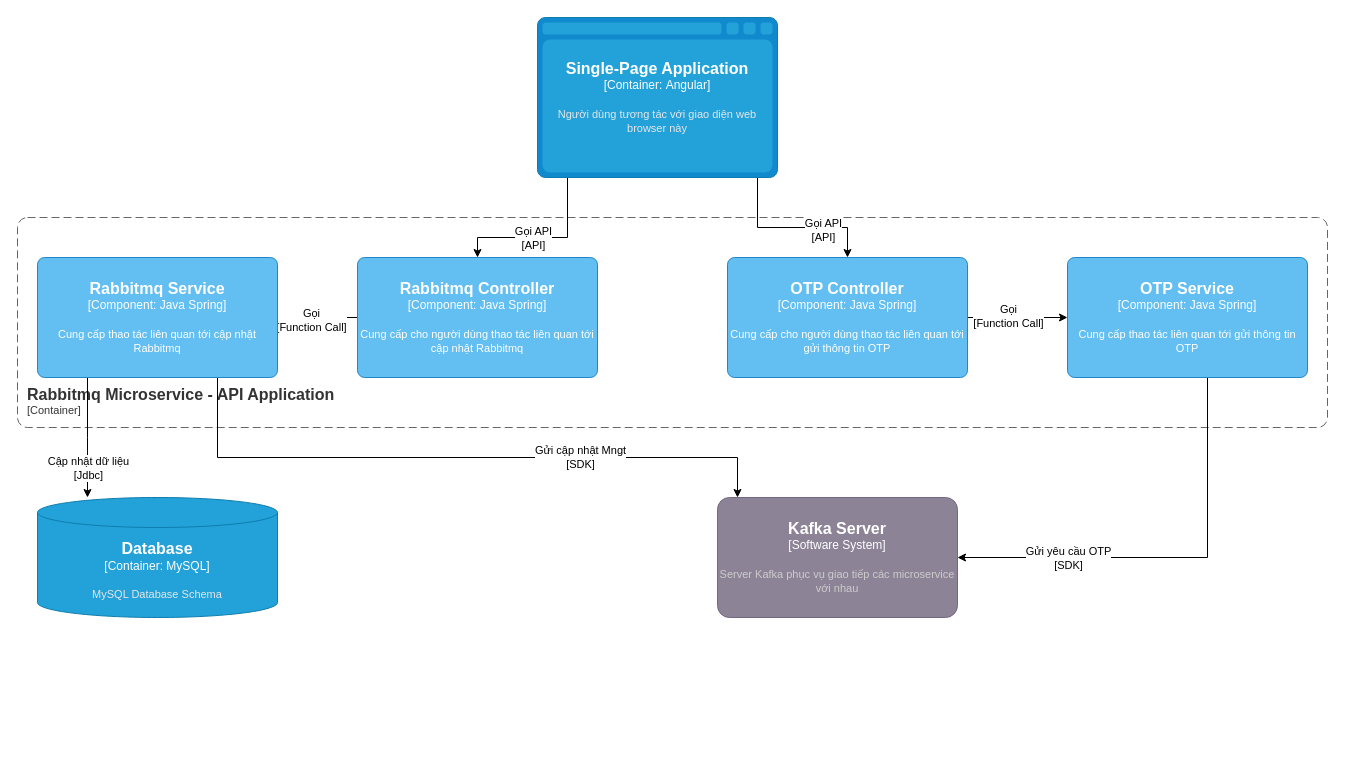
Before: IDG-Portal lv3 Infra API.drawio in dangngocsoncntt/draw.io, a draw.io diagram. Source tidied: cells renumbered, new cells numbered last; positions are measured from the earlier drawing's top-left corner, leaving out a move shared by most shapes. Both pictures are drawn from the tidied source at 100%, with x=0, y=0 at pixel (17, 17).
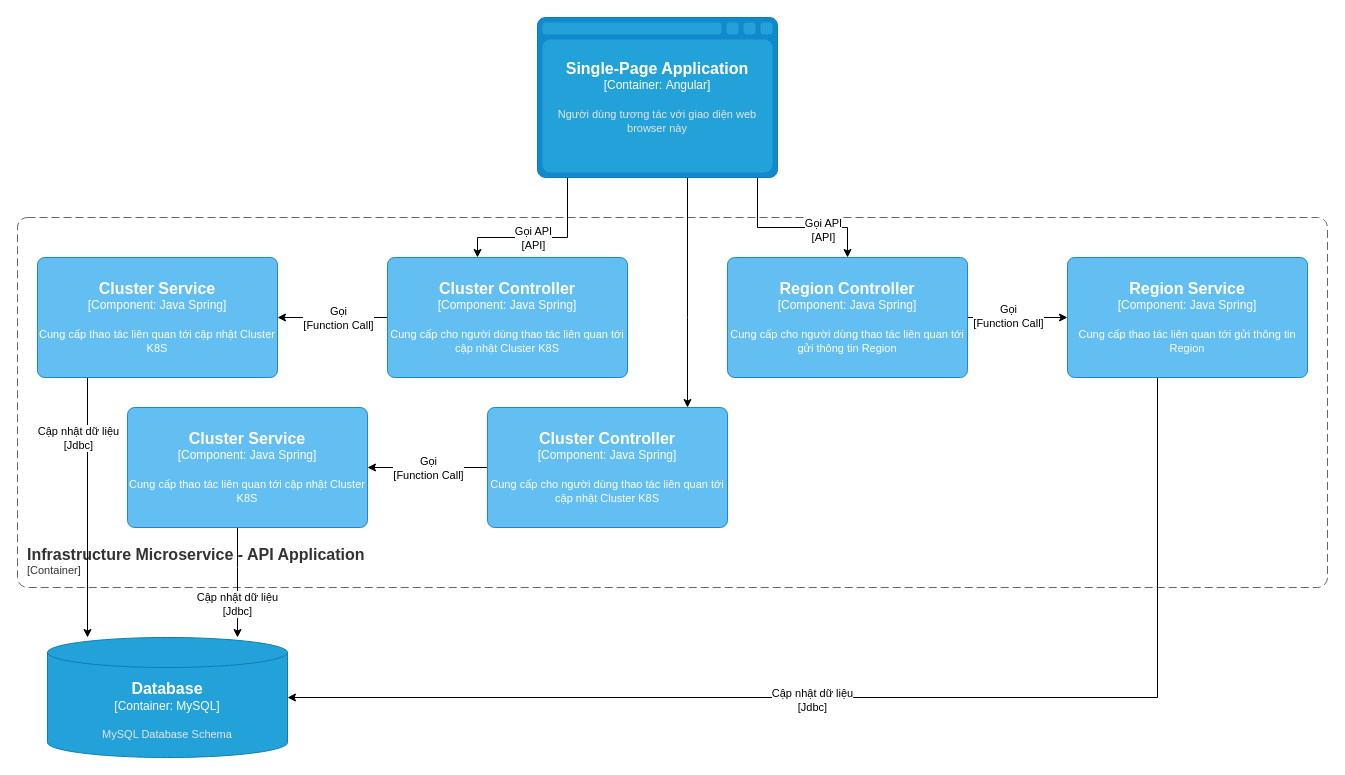
The same diagram, later.

The change refers to these unchanged cells:
```xml
<object id="7" label="&lt;font style=&quot;font-size: 16px&quot;&gt;&lt;b&gt;%c4Type%&lt;/b&gt;&lt;/font&gt;&lt;div&gt;[%c4Container%:&amp;nbsp;%c4Technology%]&lt;/div&gt;&lt;br&gt;&lt;div&gt;&lt;font style=&quot;font-size: 11px&quot;&gt;&lt;font color=&quot;#E6E6E6&quot;&gt;%c4Description%&lt;/font&gt;&lt;/div&gt;" c4Container="Container" c4Description="Người dùng tương tác với giao diện web browser này" c4Technology="Angular" c4Type="Single-Page Application" placeholders="1">
  <mxCell style="shape=mxgraph.c4.webBrowserContainer2;whiteSpace=wrap;html=1;boundedLbl=1;rounded=0;labelBackgroundColor=none;strokeColor=#118ACD;fillColor=#23A2D9;strokeColor=#118ACD;strokeColor2=#0E7DAD;fontSize=12;fontColor=#ffffff;align=center;points=[[0.5,0,0],[1,0.25,0],[1,0.5,0],[1,0.75,0],[0.5,1,0],[0,0.75,0],[0,0.5,0],[0,0.25,0]];" parent="1" vertex="1">
    <mxGeometry x="520" width="240" height="160" as="geometry" />
  </mxCell>
</object>
<mxCell id="8" style="edgeStyle=orthogonalEdgeStyle;rounded=0;jettySize=auto;html=1;" parent="1" edge="1" source="10" target="19">
  <mxGeometry relative="1" as="geometry" />
</mxCell>
<mxCell id="15" style="edgeStyle=orthogonalEdgeStyle;rounded=0;jettySize=auto;html=1;" parent="1" edge="1" source="19" target="14">
  <mxGeometry relative="1" as="geometry">
    <Array as="points">
      <mxPoint x="70" y="420" />
      <mxPoint x="70" y="420" />
    </Array>
  </mxGeometry>
</mxCell>
```

What changed in the source:
```diff
@@
-    <object id="2" label="&lt;font style=&quot;font-size: 16px&quot;&gt;&lt;b&gt;&lt;div style=&quot;text-align: left&quot;&gt;%c4Name%&lt;/div&gt;&lt;/b&gt;&lt;/font&gt;&lt;div style=&quot;text-align: left&quot;&gt;[%c4Application%]&lt;/div&gt;" c4Application="Container" c4Name="Rabbitmq Microservice - API Application" placeholders="1">
+    <object id="2" label="&lt;font style=&quot;font-size: 16px&quot;&gt;&lt;b&gt;&lt;div style=&quot;text-align: left&quot;&gt;%c4Name%&lt;/div&gt;&lt;/b&gt;&lt;/font&gt;&lt;div style=&quot;text-align: left&quot;&gt;[%c4Application%]&lt;/div&gt;" c4Application="Container" c4Name="Infrastructure Microservice - API Application" placeholders="1">
       <mxCell style="rounded=1;fontSize=11;whiteSpace=wrap;html=1;dashed=1;arcSize=20;fillColor=none;strokeColor=#666666;fontColor=#333333;labelBackgroundColor=none;align=left;verticalAlign=bottom;labelBorderColor=none;spacingTop=0;spacing=10;dashPattern=8 4;perimeter=rectanglePerimeter;noLabel=0;labelPadding=0;absoluteArcSize=1;" parent="1" vertex="1">
-        <mxGeometry y="200" width="1310" height="210" as="geometry" />
+        <mxGeometry y="200" width="1310" height="370" as="geometry" />
       </mxCell>
     </object>
@@
+    <mxCell id="24" style="edgeStyle=orthogonalEdgeStyle;rounded=0;jettySize=auto;html=1;" parent="1" edge="1" source="7" target="29">
+      <mxGeometry relative="1" as="geometry">
+        <Array as="points">
+          <mxPoint x="670" y="300" />
+          <mxPoint x="670" y="300" />
+        </Array>
+      </mxGeometry>
+    </mxCell>
@@
     <mxCell id="9" value="Gọi&lt;br&gt;[Function Call]" style="edgeLabel;html=1;align=center;verticalAlign=middle;" parent="8" vertex="1">
-      <mxGeometry x="0.18" y="2" relative="1" as="geometry" />
+      <mxGeometry x="0.18" y="2" relative="1" as="geometry">
+        <mxPoint x="15" y="-2" as="offset" />
+      </mxGeometry>
     </mxCell>
-    <object id="10" label="&lt;font style=&quot;font-size: 16px&quot;&gt;&lt;b&gt;%c4Name%&lt;/b&gt;&lt;/font&gt;&lt;div&gt;[%c4Type%: %c4Technology%]&lt;/div&gt;&lt;br&gt;&lt;div&gt;&lt;font style=&quot;font-size: 11px&quot;&gt;%c4Description%&lt;/font&gt;&lt;/div&gt;" c4Description="Cung cấp cho người dùng thao tác liên quan tới cập nhật Rabbitmq" c4Name="Rabbitmq Controller" c4Technology="Java Spring" c4Type="Component" placeholders="1">
+    <object id="10" label="&lt;font style=&quot;font-size: 16px&quot;&gt;&lt;b&gt;%c4Name%&lt;/b&gt;&lt;/font&gt;&lt;div&gt;[%c4Type%: %c4Technology%]&lt;/div&gt;&lt;br&gt;&lt;div&gt;&lt;font style=&quot;font-size: 11px&quot;&gt;%c4Description%&lt;/font&gt;&lt;/div&gt;" c4Description="Cung cấp cho người dùng thao tác liên quan tới cập nhật Cluster K8S" c4Name="Cluster Controller" c4Technology="Java Spring" c4Type="Component" placeholders="1">
       <mxCell style="rounded=1;whiteSpace=wrap;html=1;labelBackgroundColor=none;fillColor=#63BEF2;fontColor=#ffffff;align=center;arcSize=6;strokeColor=#2086C9;points=[[0.25,0,0],[0.5,0,0],[0.75,0,0],[1,0.25,0],[1,0.5,0],[1,0.75,0],[0.75,1,0],[0.5,1,0],[0.25,1,0],[0,0.75,0],[0,0.5,0],[0,0.25,0]];" parent="1" vertex="1">
-        <mxGeometry x="340" y="240" width="240" height="120" as="geometry" />
+        <mxGeometry x="370" y="240" width="240" height="120" as="geometry" />
       </mxCell>
     </object>
@@
-    <object id="13" label="&lt;font style=&quot;font-size: 16px&quot;&gt;&lt;b&gt;%c4Name%&lt;/b&gt;&lt;/font&gt;&lt;div&gt;[%c4Type%: %c4Technology%]&lt;/div&gt;&lt;br&gt;&lt;div&gt;&lt;font style=&quot;font-size: 11px&quot;&gt;%c4Description%&lt;/font&gt;&lt;/div&gt;" c4Description="Cung cấp cho người dùng thao tác liên quan tới gửi thông tin OTP" c4Name="OTP Controller" c4Technology="Java Spring" c4Type="Component" placeholders="1">
+    <object id="13" label="&lt;font style=&quot;font-size: 16px&quot;&gt;&lt;b&gt;%c4Name%&lt;/b&gt;&lt;/font&gt;&lt;div&gt;[%c4Type%: %c4Technology%]&lt;/div&gt;&lt;br&gt;&lt;div&gt;&lt;font style=&quot;font-size: 11px&quot;&gt;%c4Description%&lt;/font&gt;&lt;/div&gt;" c4Description="Cung cấp cho người dùng thao tác liên quan tới gửi thông tin Region" c4Name="Region Controller" c4Technology="Java Spring" c4Type="Component" placeholders="1">
       <mxCell style="rounded=1;whiteSpace=wrap;html=1;labelBackgroundColor=none;fillColor=#63BEF2;fontColor=#ffffff;align=center;arcSize=6;strokeColor=#2086C9;points=[[0.25,0,0],[0.5,0,0],[0.75,0,0],[1,0.25,0],[1,0.5,0],[1,0.75,0],[0.75,1,0],[0.5,1,0],[0.25,1,0],[0,0.75,0],[0,0.5,0],[0,0.25,0]];" parent="1" vertex="1">
         <mxGeometry x="710" y="240" width="240" height="120" as="geometry" />
       </mxCell>
     </object>
     <object id="14" label="&lt;font style=&quot;font-size: 16px&quot;&gt;&lt;b&gt;%c4Type%&lt;/b&gt;&lt;/font&gt;&lt;div&gt;[%c4Container%:&amp;nbsp;%c4Technology%]&lt;/div&gt;&lt;br&gt;&lt;div&gt;&lt;font style=&quot;font-size: 11px&quot;&gt;&lt;font color=&quot;#E6E6E6&quot;&gt;%c4Description%&lt;/font&gt;&lt;/div&gt;" c4Container="Container" c4Description="MySQL Database Schema" c4Technology="MySQL" c4Type="Database" placeholders="1">
       <mxCell style="shape=cylinder3;size=15;whiteSpace=wrap;html=1;boundedLbl=1;rounded=0;labelBackgroundColor=none;fillColor=#23A2D9;fontSize=12;fontColor=#ffffff;align=center;strokeColor=#0E7DAD;points=[[0.5,0,0],[1,0.25,0],[1,0.5,0],[1,0.75,0],[0.5,1,0],[0,0.75,0],[0,0.5,0],[0,0.25,0]];" parent="1" vertex="1">
-        <mxGeometry x="20" y="480" width="240" height="120" as="geometry" />
+        <mxGeometry x="30" y="620" width="240" height="120" as="geometry" />
       </mxCell>
     </object>
@@
     <mxCell id="16" value="Cập nhật dữ liệu&lt;br style=&quot;border-color: var(--border-color);&quot;&gt;[Jdbc]" style="edgeLabel;html=1;align=center;verticalAlign=middle;" parent="15" vertex="1">
       <mxGeometry x="0.67" y="-1" relative="1" as="geometry">
-        <mxPoint x="1" y="-10" as="offset" />
+        <mxPoint x="-9" y="-157" as="offset" />
       </mxGeometry>
     </mxCell>
-    <mxCell id="17" style="edgeStyle=orthogonalEdgeStyle;rounded=0;jettySize=auto;html=1;" parent="1" edge="1" source="19" target="23">
-      <mxGeometry relative="1" as="geometry">
-        <Array as="points">
-          <mxPoint x="200" y="440" />
-          <mxPoint x="720" y="440" />
-        </Array>
-      </mxGeometry>
-    </mxCell>
-    <mxCell id="18" value="Gửi cập nhật Mngt&lt;br&gt;[SDK]" style="edgeLabel;html=1;align=center;verticalAlign=middle;" parent="17" vertex="1">
-      <mxGeometry x="0.38" y="1" relative="1" as="geometry" />
-    </mxCell>
-    <object id="19" label="&lt;font style=&quot;font-size: 16px&quot;&gt;&lt;b&gt;%c4Name%&lt;/b&gt;&lt;/font&gt;&lt;div&gt;[%c4Type%: %c4Technology%]&lt;/div&gt;&lt;br&gt;&lt;div&gt;&lt;font style=&quot;font-size: 11px&quot;&gt;%c4Description%&lt;/font&gt;&lt;/div&gt;" c4Description="Cung cấp thao tác liên quan tới cập nhật Rabbitmq" c4Name="Rabbitmq Service" c4Technology="Java Spring" c4Type="Component" placeholders="1">
+    <object id="19" label="&lt;font style=&quot;font-size: 16px&quot;&gt;&lt;b&gt;%c4Name%&lt;/b&gt;&lt;/font&gt;&lt;div&gt;[%c4Type%: %c4Technology%]&lt;/div&gt;&lt;br&gt;&lt;div&gt;&lt;font style=&quot;font-size: 11px&quot;&gt;%c4Description%&lt;/font&gt;&lt;/div&gt;" c4Description="Cung cấp thao tác liên quan tới cập nhật Cluster K8S" c4Name="Cluster Service" c4Technology="Java Spring" c4Type="Component" placeholders="1">
       <mxCell style="rounded=1;whiteSpace=wrap;html=1;labelBackgroundColor=none;fillColor=#63BEF2;fontColor=#ffffff;align=center;arcSize=6;strokeColor=#2086C9;points=[[0.25,0,0],[0.5,0,0],[0.75,0,0],[1,0.25,0],[1,0.5,0],[1,0.75,0],[0.75,1,0],[0.5,1,0],[0.25,1,0],[0,0.75,0],[0,0.5,0],[0,0.25,0]];" parent="1" vertex="1">
         <mxGeometry x="20" y="240" width="240" height="120" as="geometry" />
       </mxCell>
     </object>
-    <mxCell id="20" style="edgeStyle=orthogonalEdgeStyle;rounded=0;jettySize=auto;html=1;" parent="1" edge="1" source="22" target="23">
-      <mxGeometry relative="1" as="geometry">
-        <Array as="points">
-          <mxPoint x="1190" y="540" />
-        </Array>
-      </mxGeometry>
-    </mxCell>
-    <mxCell id="21" value="Gửi yêu cầu OTP&lt;br&gt;[SDK]" style="edgeLabel;html=1;align=center;verticalAlign=middle;" parent="20" vertex="1">
-      <mxGeometry x="0.49" relative="1" as="geometry" />
-    </mxCell>
+    <mxCell id="25" style="edgeStyle=orthogonalEdgeStyle;rounded=0;jettySize=auto;html=1;" parent="1" edge="1" source="22" target="14">
+      <mxGeometry relative="1" as="geometry">
+        <Array as="points">
+          <mxPoint x="1140" y="680" />
+        </Array>
+      </mxGeometry>
+    </mxCell>
+    <mxCell id="26" value="Cập nhật dữ liệu&lt;br style=&quot;border-color: var(--border-color);&quot;&gt;[Jdbc]" style="edgeLabel;html=1;align=center;verticalAlign=middle;" parent="25" vertex="1">
+      <mxGeometry x="0.12" y="2" relative="1" as="geometry" />
+    </mxCell>
-    <object id="22" label="&lt;font style=&quot;font-size: 16px&quot;&gt;&lt;b&gt;%c4Name%&lt;/b&gt;&lt;/font&gt;&lt;div&gt;[%c4Type%: %c4Technology%]&lt;/div&gt;&lt;br&gt;&lt;div&gt;&lt;font style=&quot;font-size: 11px&quot;&gt;%c4Description%&lt;/font&gt;&lt;/div&gt;" c4Description="Cung cấp thao tác liên quan tới gửi thông tin OTP" c4Name="OTP Service" c4Technology="Java Spring" c4Type="Component" placeholders="1">
+    <object id="22" label="&lt;font style=&quot;font-size: 16px&quot;&gt;&lt;b&gt;%c4Name%&lt;/b&gt;&lt;/font&gt;&lt;div&gt;[%c4Type%: %c4Technology%]&lt;/div&gt;&lt;br&gt;&lt;div&gt;&lt;font style=&quot;font-size: 11px&quot;&gt;%c4Description%&lt;/font&gt;&lt;/div&gt;" c4Description="Cung cấp thao tác liên quan tới gửi thông tin Region" c4Name="Region Service" c4Technology="Java Spring" c4Type="Component" placeholders="1">
       <mxCell style="rounded=1;whiteSpace=wrap;html=1;labelBackgroundColor=none;fillColor=#63BEF2;fontColor=#ffffff;align=center;arcSize=6;strokeColor=#2086C9;points=[[0.25,0,0],[0.5,0,0],[0.75,0,0],[1,0.25,0],[1,0.5,0],[1,0.75,0],[0.75,1,0],[0.5,1,0],[0.25,1,0],[0,0.75,0],[0,0.5,0],[0,0.25,0]];" parent="1" vertex="1">
         <mxGeometry x="1050" y="240" width="240" height="120" as="geometry" />
       </mxCell>
     </object>
-    <object id="23" label="&lt;font style=&quot;font-size: 16px&quot;&gt;&lt;b&gt;%c4Name%&lt;/b&gt;&lt;/font&gt;&lt;div&gt;[%c4Type%]&lt;/div&gt;&lt;br&gt;&lt;div&gt;&lt;font style=&quot;font-size: 11px&quot;&gt;&lt;font color=&quot;#cccccc&quot;&gt;%c4Description%&lt;/font&gt;&lt;/div&gt;" c4Description="Server Kafka phục vụ giao tiếp các microservice với nhau" c4Name="Kafka Server" c4Type="Software System" placeholders="1">
-      <mxCell style="rounded=1;whiteSpace=wrap;html=1;labelBackgroundColor=none;fillColor=#8C8496;fontColor=#ffffff;align=center;arcSize=10;strokeColor=#736782;points=[[0.25,0,0],[0.5,0,0],[0.75,0,0],[1,0.25,0],[1,0.5,0],[1,0.75,0],[0.75,1,0],[0.5,1,0],[0.25,1,0],[0,0.75,0],[0,0.5,0],[0,0.25,0]];" parent="1" vertex="1">
-        <mxGeometry x="700" y="480" width="240" height="120" as="geometry" />
-      </mxCell>
-    </object>
+    <mxCell id="27" style="edgeStyle=orthogonalEdgeStyle;rounded=0;jettySize=auto;html=1;" parent="1" edge="1" source="29" target="32">
+      <mxGeometry relative="1" as="geometry" />
+    </mxCell>
+    <mxCell id="28" value="Gọi&lt;br&gt;[Function Call]" style="edgeLabel;html=1;align=center;verticalAlign=middle;" parent="27" vertex="1">
+      <mxGeometry x="0.18" y="2" relative="1" as="geometry">
+        <mxPoint x="11" y="-2" as="offset" />
+      </mxGeometry>
+    </mxCell>
+    <object id="29" label="&lt;font style=&quot;font-size: 16px&quot;&gt;&lt;b&gt;%c4Name%&lt;/b&gt;&lt;/font&gt;&lt;div&gt;[%c4Type%: %c4Technology%]&lt;/div&gt;&lt;br&gt;&lt;div&gt;&lt;font style=&quot;font-size: 11px&quot;&gt;%c4Description%&lt;/font&gt;&lt;/div&gt;" c4Description="Cung cấp cho người dùng thao tác liên quan tới cập nhật Cluster K8S" c4Name="Cluster Controller" c4Technology="Java Spring" c4Type="Component" placeholders="1">
+      <mxCell style="rounded=1;whiteSpace=wrap;html=1;labelBackgroundColor=none;fillColor=#63BEF2;fontColor=#ffffff;align=center;arcSize=6;strokeColor=#2086C9;points=[[0.25,0,0],[0.5,0,0],[0.75,0,0],[1,0.25,0],[1,0.5,0],[1,0.75,0],[0.75,1,0],[0.5,1,0],[0.25,1,0],[0,0.75,0],[0,0.5,0],[0,0.25,0]];" parent="1" vertex="1">
+        <mxGeometry x="470" y="390" width="240" height="120" as="geometry" />
+      </mxCell>
+    </object>
+    <mxCell id="30" style="edgeStyle=orthogonalEdgeStyle;rounded=0;jettySize=auto;html=1;" parent="1" edge="1" source="32" target="14">
+      <mxGeometry relative="1" as="geometry">
+        <Array as="points">
+          <mxPoint x="220" y="550" />
+          <mxPoint x="220" y="550" />
+        </Array>
+      </mxGeometry>
+    </mxCell>
+    <mxCell id="31" value="Cập nhật dữ liệu&lt;br style=&quot;border-color: var(--border-color);&quot;&gt;[Jdbc]" style="edgeLabel;html=1;align=center;verticalAlign=middle;" parent="30" vertex="1">
+      <mxGeometry x="0.39" y="-1" relative="1" as="geometry" />
+    </mxCell>
+    <object id="32" label="&lt;font style=&quot;font-size: 16px&quot;&gt;&lt;b&gt;%c4Name%&lt;/b&gt;&lt;/font&gt;&lt;div&gt;[%c4Type%: %c4Technology%]&lt;/div&gt;&lt;br&gt;&lt;div&gt;&lt;font style=&quot;font-size: 11px&quot;&gt;%c4Description%&lt;/font&gt;&lt;/div&gt;" c4Description="Cung cấp thao tác liên quan tới cập nhật Cluster K8S" c4Name="Cluster Service" c4Technology="Java Spring" c4Type="Component" placeholders="1">
+      <mxCell style="rounded=1;whiteSpace=wrap;html=1;labelBackgroundColor=none;fillColor=#63BEF2;fontColor=#ffffff;align=center;arcSize=6;strokeColor=#2086C9;points=[[0.25,0,0],[0.5,0,0],[0.75,0,0],[1,0.25,0],[1,0.5,0],[1,0.75,0],[0.75,1,0],[0.5,1,0],[0.25,1,0],[0,0.75,0],[0,0.5,0],[0,0.25,0]];" parent="1" vertex="1">
+        <mxGeometry x="110" y="390" width="240" height="120" as="geometry" />
+      </mxCell>
+    </object>
```
